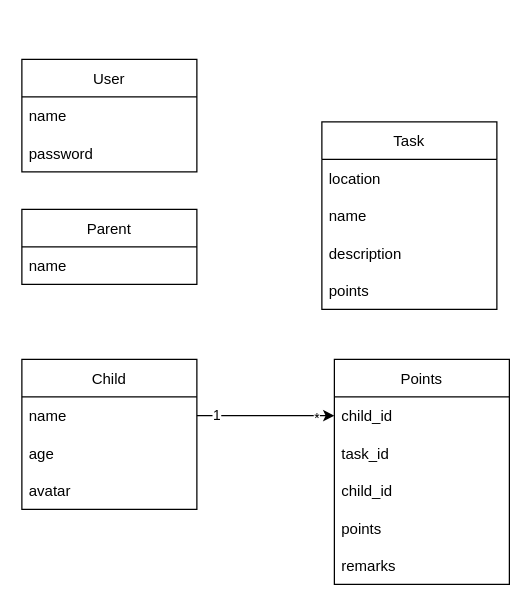
This is readmeIMG/erd.drawio from hareeshbabu82ns/GiddyItUp, a draw.io file, before an edit. Source tidied: cells renumbered, new cells numbered last; positions are measured from the earlier drawing's top-left corner, leaving out a move shared by most shapes. Both pictures are drawn from the tidied source at 125%, with x=0, y=0 at pixel (21, 59).
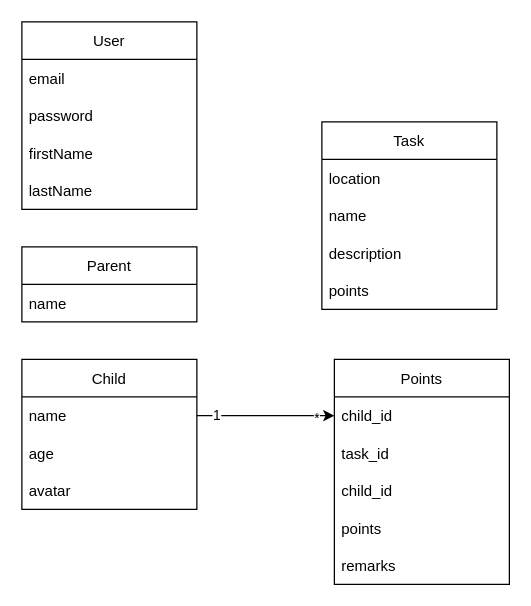
The same page after the edit.

The edit, as a diff of the source:
```diff
@@
     <mxCell id="2" value="User" style="swimlane;fontStyle=0;horizontal=1;startSize=30;" parent="1" vertex="1">
-      <mxGeometry width="140" height="90" as="geometry" />
+      <mxGeometry y="-30" width="140" height="150" as="geometry" />
     </mxCell>
-    <mxCell id="3" value="name" style="text;strokeColor=none;fillColor=none;align=left;verticalAlign=middle;spacingLeft=4;spacingRight=4;overflow=hidden;" parent="2" vertex="1">
+    <mxCell id="3" value="email" style="text;strokeColor=none;fillColor=none;align=left;verticalAlign=middle;spacingLeft=4;spacingRight=4;overflow=hidden;" parent="2" vertex="1">
       <mxGeometry y="30" width="140" height="30" as="geometry" />
     </mxCell>
@@
+    <mxCell id="25" value="firstName" style="text;strokeColor=none;fillColor=none;align=left;verticalAlign=middle;spacingLeft=4;spacingRight=4;overflow=hidden;" parent="2" vertex="1">
+      <mxGeometry y="90" width="140" height="30" as="geometry" />
+    </mxCell>
+    <mxCell id="26" value="lastName" style="text;strokeColor=none;fillColor=none;align=left;verticalAlign=middle;spacingLeft=4;spacingRight=4;overflow=hidden;" parent="2" vertex="1">
+      <mxGeometry y="120" width="140" height="30" as="geometry" />
+    </mxCell>
     <mxCell id="5" value="Parent" style="swimlane;fontStyle=0;horizontal=1;startSize=30;" parent="1" vertex="1">
-      <mxGeometry y="120" width="140" height="60" as="geometry" />
+      <mxGeometry y="150" width="140" height="60" as="geometry" />
     </mxCell>
```
